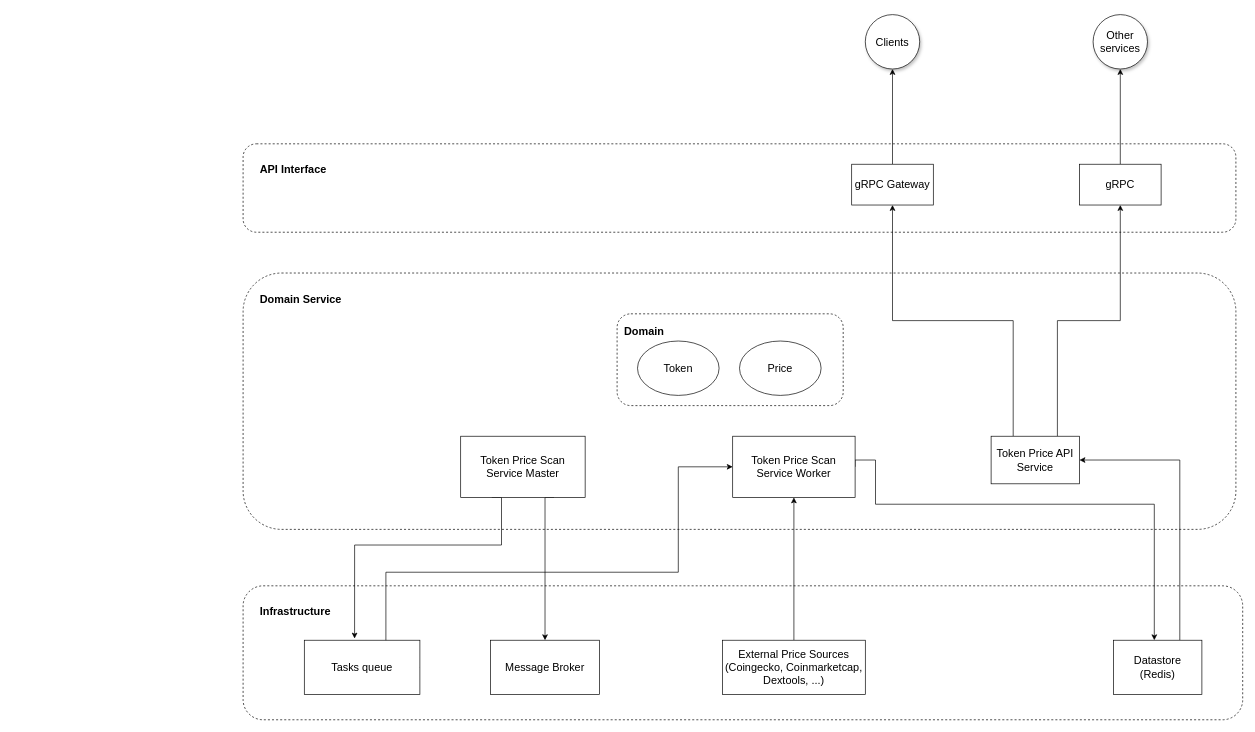
Above: Token Price service system components.drawio in piavgh/draw.io-data (draw.io), before the change. Source tidied: cells renumbered, new cells numbered last; positions are measured from the earlier drawing's top-left corner, leaving out a move shared by most shapes. Both pictures are drawn from the tidied source at 68%, with x=0, y=0 at pixel (243, 14).
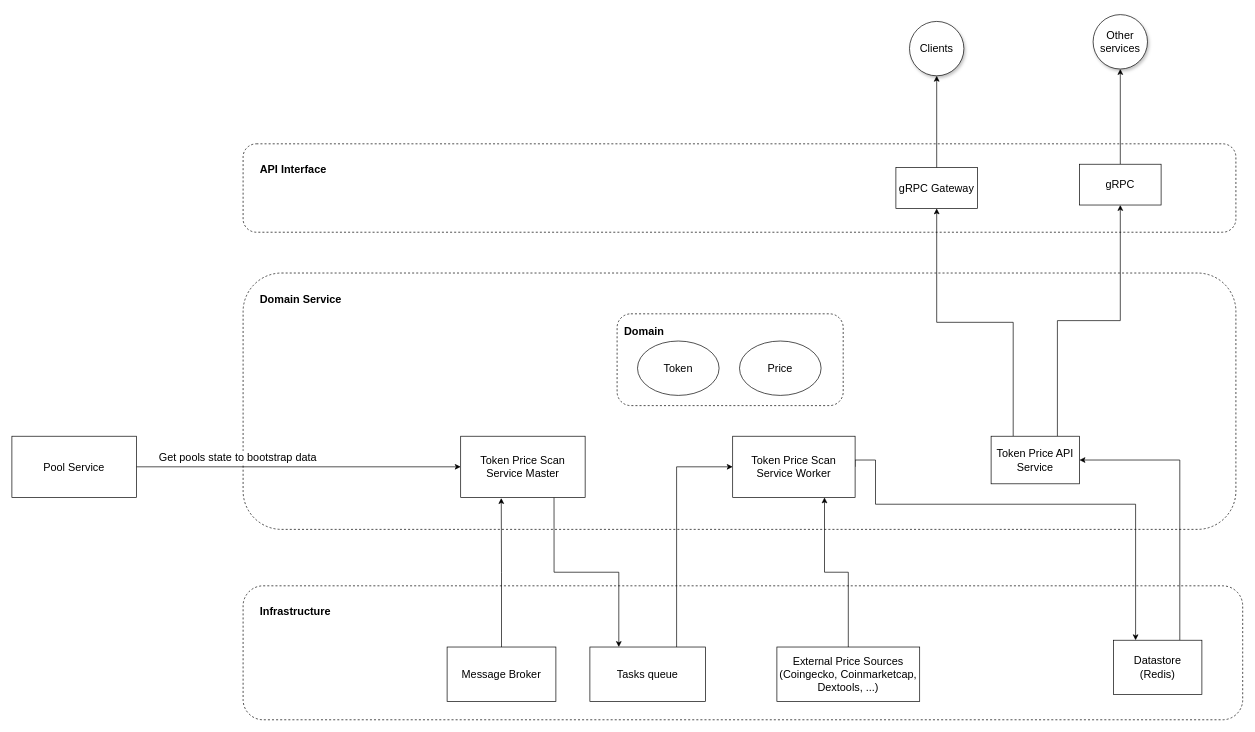
The same diagram, later.

The change refers to these unchanged cells:
```xml
<mxCell id="10" value="Token Price Scan Service Master" style="rounded=0;whiteSpace=wrap;html=1;fontSize=16;" parent="1" vertex="1">
  <mxGeometry x="320" y="620" width="183" height="90" as="geometry" />
</mxCell>
<mxCell id="15" value="Datastore&lt;br style=&quot;font-size: 16px;&quot;&gt;(Redis)" style="rounded=0;whiteSpace=wrap;html=1;fontSize=16;" parent="1" vertex="1">
  <mxGeometry x="1280" y="920" width="130" height="80" as="geometry" />
</mxCell>
<mxCell id="19" value="Token Price Scan Service Worker" style="rounded=0;whiteSpace=wrap;html=1;fontSize=16;" parent="1" vertex="1">
  <mxGeometry x="720" y="620" width="180" height="90" as="geometry" />
</mxCell>
```

What changed in the source:
```diff
@@
-    <mxCell id="2" value="&lt;b&gt;API Interface&lt;/b&gt;" style="rounded=1;whiteSpace=wrap;html=1;dashed=1;fontSize=16;fillColor=default;align=left;verticalAlign=top;spacingTop=22;spacingLeft=23;fillOpacity=50;" parent="1" vertex="1">
+    <mxCell id="2" value="&lt;b style=&quot;font-size: 16px;&quot;&gt;API Interface&lt;/b&gt;" style="rounded=1;whiteSpace=wrap;html=1;dashed=1;fontSize=16;fillColor=default;align=left;verticalAlign=top;spacingTop=22;spacingLeft=23;fillOpacity=50;" parent="1" vertex="1">
       <mxGeometry y="190" width="1460" height="130" as="geometry" />
     </mxCell>
-    <mxCell id="3" value="&lt;b&gt;Infrastructure&lt;/b&gt;" style="rounded=1;whiteSpace=wrap;html=1;dashed=1;fontSize=16;fillColor=default;align=left;verticalAlign=top;spacingTop=22;spacingLeft=23;fillOpacity=50;" parent="1" vertex="1">
+    <mxCell id="3" value="&lt;b style=&quot;font-size: 16px;&quot;&gt;Infrastructure&lt;/b&gt;" style="rounded=1;whiteSpace=wrap;html=1;dashed=1;fontSize=16;fillColor=default;align=left;verticalAlign=top;spacingTop=22;spacingLeft=23;fillOpacity=50;" parent="1" vertex="1">
       <mxGeometry y="840" width="1470" height="197" as="geometry" />
     </mxCell>
-    <mxCell id="4" value="&lt;b&gt;Domain Service&lt;/b&gt;" style="rounded=1;whiteSpace=wrap;html=1;dashed=1;fontSize=16;fillColor=default;align=left;verticalAlign=top;spacingTop=22;spacingLeft=23;fillOpacity=50;" parent="1" vertex="1">
+    <mxCell id="4" value="&lt;b style=&quot;font-size: 16px;&quot;&gt;Domain Service&lt;/b&gt;" style="rounded=1;whiteSpace=wrap;html=1;dashed=1;fontSize=16;fillColor=default;align=left;verticalAlign=top;spacingTop=22;spacingLeft=23;fillOpacity=50;" parent="1" vertex="1">
       <mxGeometry y="380" width="1460" height="377" as="geometry" />
     </mxCell>
@@
-    <mxCell id="8" style="edgeStyle=orthogonalEdgeStyle;rounded=0;jettySize=auto;html=1;exitX=0.25;exitY=1;exitDx=0;exitDy=0;entryX=0.435;entryY=-0.031;entryDx=0;entryDy=0;entryPerimeter=0;fontSize=16;" parent="1" edge="1" source="10" target="13">
-      <mxGeometry relative="1" as="geometry">
-        <Array as="points">
-          <mxPoint x="380" y="780" />
-          <mxPoint x="164" y="780" />
-        </Array>
-      </mxGeometry>
+    <mxCell id="8" style="edgeStyle=orthogonalEdgeStyle;rounded=0;jettySize=auto;html=1;exitX=0.75;exitY=1;exitDx=0;exitDy=0;entryX=0.25;entryY=0;entryDx=0;entryDy=0;fontSize=16;" parent="1" edge="1" source="10" target="13">
+      <mxGeometry relative="1" as="geometry" />
     </mxCell>
-    <mxCell id="9" style="edgeStyle=orthogonalEdgeStyle;rounded=0;jettySize=auto;html=1;exitX=0.75;exitY=1;exitDx=0;exitDy=0;entryX=0.5;entryY=0;entryDx=0;entryDy=0;fontSize=16;startArrow=none;startFill=0;endArrow=classic;endFill=1;" parent="1" edge="1" source="10" target="11">
-      <mxGeometry relative="1" as="geometry">
-        <Array as="points">
-          <mxPoint x="444" y="710" />
-        </Array>
-      </mxGeometry>
-    </mxCell>
@@
+    <mxCell id="30" style="edgeStyle=orthogonalEdgeStyle;rounded=0;jettySize=auto;html=1;entryX=0.326;entryY=1.011;entryDx=0;entryDy=0;entryPerimeter=0;fontSize=16;" parent="1" edge="1" source="11" target="10">
+      <mxGeometry relative="1" as="geometry" />
+    </mxCell>
     <mxCell id="11" value="Message Broker" style="rounded=0;whiteSpace=wrap;html=1;fontSize=16;" parent="1" vertex="1">
-      <mxGeometry x="364" y="920" width="160" height="80" as="geometry" />
+      <mxGeometry x="300" y="930" width="160" height="80" as="geometry" />
     </mxCell>
-    <mxCell id="12" style="edgeStyle=orthogonalEdgeStyle;rounded=0;jettySize=auto;html=1;exitX=1;exitY=0.5;exitDx=0;exitDy=0;entryX=0;entryY=0.5;entryDx=0;entryDy=0;fontSize=16;" parent="1" edge="1" source="13" target="19">
-      <mxGeometry relative="1" as="geometry">
-        <Array as="points">
-          <mxPoint x="210" y="960" />
-          <mxPoint x="210" y="820" />
-          <mxPoint x="640" y="820" />
-          <mxPoint x="640" y="665" />
-        </Array>
-      </mxGeometry>
+    <mxCell id="12" style="edgeStyle=orthogonalEdgeStyle;rounded=0;jettySize=auto;html=1;exitX=0.75;exitY=0;exitDx=0;exitDy=0;entryX=0;entryY=0.5;entryDx=0;entryDy=0;fontSize=16;" parent="1" edge="1" source="13" target="19">
+      <mxGeometry relative="1" as="geometry" />
     </mxCell>
     <mxCell id="13" value="Tasks queue" style="rounded=0;whiteSpace=wrap;html=1;fontSize=16;" parent="1" vertex="1">
-      <mxGeometry x="90" y="920" width="170" height="80" as="geometry" />
+      <mxGeometry x="510" y="930" width="170" height="80" as="geometry" />
     </mxCell>
@@
     <mxCell id="17" value="gRPC Gateway" style="rounded=0;whiteSpace=wrap;html=1;fontSize=16;" parent="1" vertex="1">
-      <mxGeometry x="895" y="220" width="120" height="60" as="geometry" />
+      <mxGeometry x="960" y="225" width="120" height="60" as="geometry" />
     </mxCell>
-    <mxCell id="18" style="edgeStyle=orthogonalEdgeStyle;rounded=0;jettySize=auto;html=1;exitX=1;exitY=0.5;exitDx=0;exitDy=0;fontSize=16;" parent="1" edge="1" source="19">
+    <mxCell id="18" style="edgeStyle=orthogonalEdgeStyle;rounded=0;jettySize=auto;html=1;exitX=1;exitY=0.5;exitDx=0;exitDy=0;fontSize=16;entryX=0.25;entryY=0;entryDx=0;entryDy=0;" parent="1" edge="1" source="19" target="15">
       <mxGeometry relative="1" as="geometry">
-        <mxPoint x="1340" y="920" as="targetPoint" />
         <Array as="points">
           <mxPoint x="900" y="655" />
           <mxPoint x="930" y="655" />
           <mxPoint x="930" y="720" />
-          <mxPoint x="1340" y="720" />
+          <mxPoint x="1313" y="720" />
         </Array>
       </mxGeometry>
     </mxCell>
@@
-    <mxCell id="24" value="&lt;b&gt;Domain&lt;/b&gt;" style="text;html=1;strokeColor=none;fillColor=none;align=center;verticalAlign=middle;whiteSpace=wrap;rounded=0;dashed=1;fontSize=16;" parent="1" vertex="1">
+    <mxCell id="24" value="&lt;b style=&quot;font-size: 16px;&quot;&gt;Domain&lt;/b&gt;" style="text;html=1;strokeColor=none;fillColor=none;align=center;verticalAlign=middle;whiteSpace=wrap;rounded=0;dashed=1;fontSize=16;" parent="1" vertex="1">
       <mxGeometry x="560" y="450" width="60" height="30" as="geometry" />
     </mxCell>
     <mxCell id="25" value="Clients" style="ellipse;whiteSpace=wrap;html=1;shadow=1;fontSize=16;fillColor=default;" parent="1" vertex="1">
-      <mxGeometry x="915" width="80" height="80" as="geometry" />
+      <mxGeometry x="980" y="10" width="80" height="80" as="geometry" />
     </mxCell>
@@
-    <mxCell id="28" style="edgeStyle=orthogonalEdgeStyle;rounded=0;jettySize=auto;html=1;entryX=0.5;entryY=1;entryDx=0;entryDy=0;" parent="1" edge="1" source="29" target="19">
+    <mxCell id="28" style="edgeStyle=orthogonalEdgeStyle;rounded=0;jettySize=auto;html=1;entryX=0.75;entryY=1;entryDx=0;entryDy=0;fontSize=16;" parent="1" edge="1" source="29" target="19">
       <mxGeometry relative="1" as="geometry" />
     </mxCell>
     <mxCell id="29" value="External Price Sources (Coingecko, Coinmarketcap, Dextools, ...)" style="rounded=0;whiteSpace=wrap;html=1;fontSize=16;" parent="1" vertex="1">
-      <mxGeometry x="705" y="920" width="210" height="80" as="geometry" />
+      <mxGeometry x="785" y="930" width="210" height="80" as="geometry" />
     </mxCell>
+    <mxCell id="31" style="edgeStyle=orthogonalEdgeStyle;rounded=0;jettySize=auto;html=1;entryX=0;entryY=0.5;entryDx=0;entryDy=0;fontSize=16;" parent="1" edge="1" source="33" target="10">
+      <mxGeometry relative="1" as="geometry" />
+    </mxCell>
+    <mxCell id="32" value="Get pools state to bootstrap data" style="edgeLabel;html=1;align=center;verticalAlign=middle;fontSize=16;" parent="31" vertex="1">
+      <mxGeometry x="-0.64" y="1" relative="1" as="geometry">
+        <mxPoint x="62" y="-14" as="offset" />
+      </mxGeometry>
+    </mxCell>
+    <mxCell id="33" value="Pool Service" style="rounded=0;whiteSpace=wrap;html=1;fontSize=16;" parent="1" vertex="1">
+      <mxGeometry x="-340" y="620" width="183" height="90" as="geometry" />
+    </mxCell>
```
